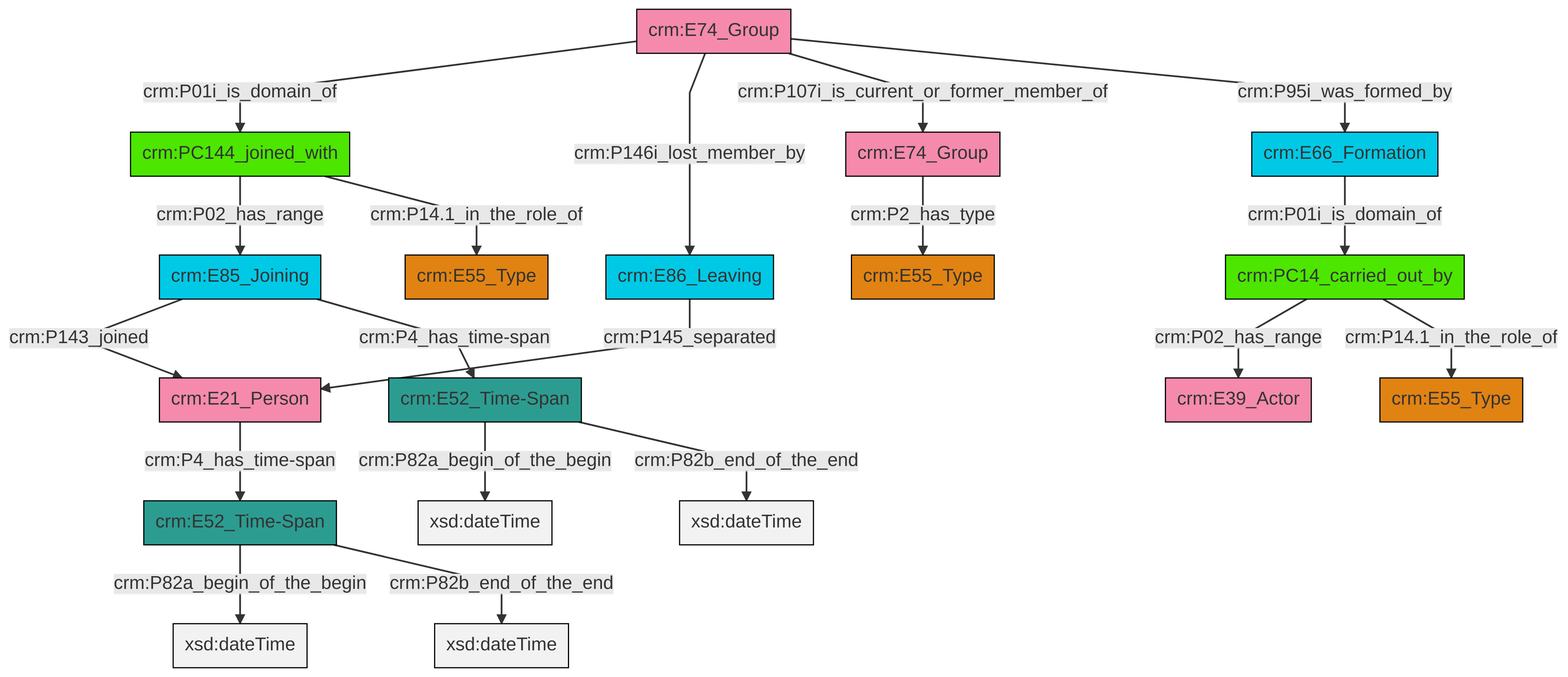
The Mermaid diagram et/groupCSV/ttl/mmd/png/group_actor_relations.png in swiss-art-research-net/docs.swissartresearch, before a commit. Its source is kept beside it as et/groupCSV/ttl/mmd/group_actor_relations.ttl.mmd.
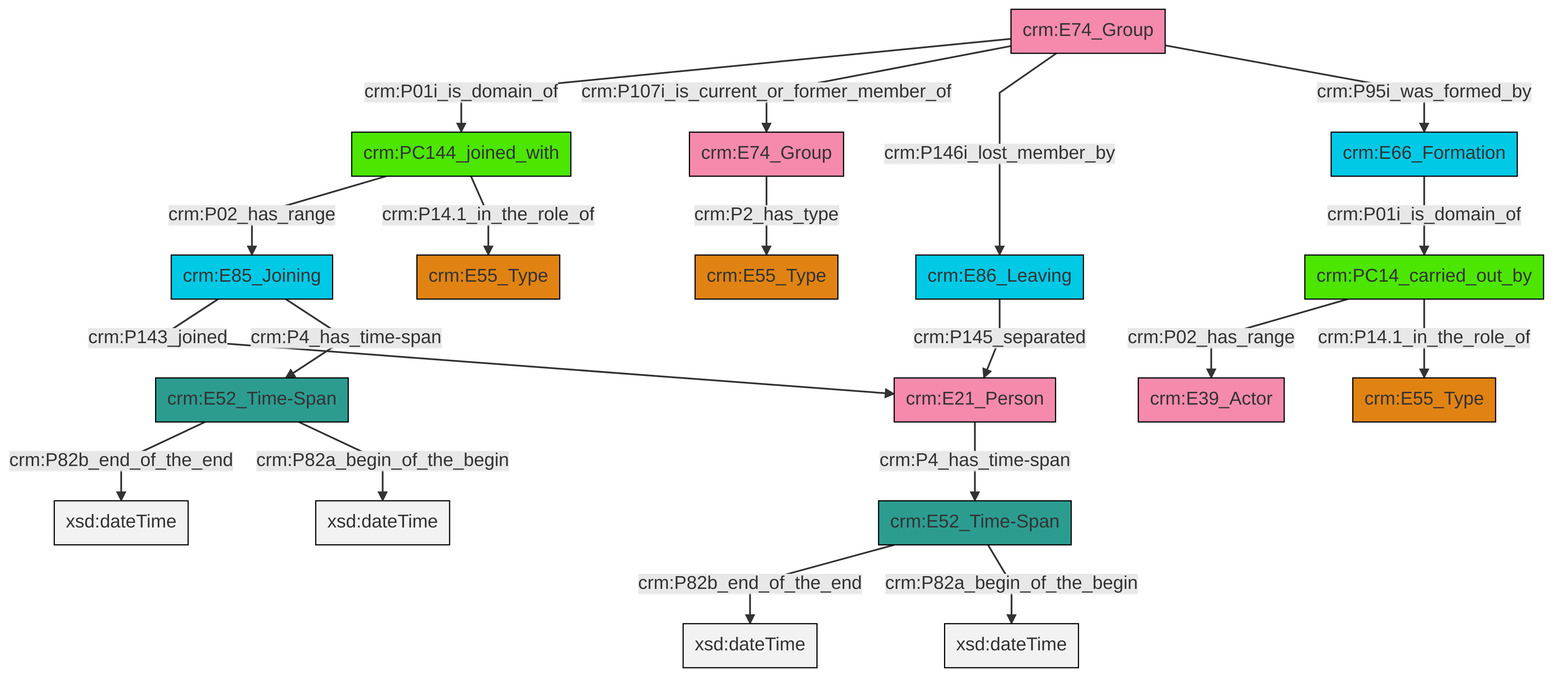
The same file after the commit.

The edit, as a diff of the source:
```diff
@@ -13,21 +13,21 @@
 classDef PC_Classes fill:#4ce600, stroke:#000000;
 classDef Multi fill:#cccccc,stroke:#000000;
 
-2["crm:E85_Joining"]:::Temporal_Entity -->|crm:P143_joined| 3["crm:E21_Person"]:::Actor
-6["crm:PC14_carried_out_by"]:::PC_Classes -->|crm:P02_has_range| 7["crm:E39_Actor"]:::Actor
-2["crm:E85_Joining"]:::Temporal_Entity -->|crm:P4_has_time-span| 8["crm:E52_Time-Span"]:::Time-Span
-13["crm:E74_Group"]:::Actor -->|crm:P01i_is_domain_of| 14["crm:PC144_joined_with"]:::PC_Classes
-6["crm:PC14_carried_out_by"]:::PC_Classes -->|crm:P14.1_in_the_role_of| 11["crm:E55_Type"]:::Type
-9["crm:E86_Leaving"]:::Temporal_Entity -->|crm:P145_separated| 3["crm:E21_Person"]:::Actor
-13["crm:E74_Group"]:::Actor -->|crm:P146i_lost_member_by| 9["crm:E86_Leaving"]:::Temporal_Entity
-22["crm:E52_Time-Span"]:::Time-Span -->|crm:P82a_begin_of_the_begin| 23[xsd:dateTime]:::Literal
-3["crm:E21_Person"]:::Actor -->|crm:P4_has_time-span| 22["crm:E52_Time-Span"]:::Time-Span
-22["crm:E52_Time-Span"]:::Time-Span -->|crm:P82b_end_of_the_end| 24[xsd:dateTime]:::Literal
-8["crm:E52_Time-Span"]:::Time-Span -->|crm:P82a_begin_of_the_begin| 25[xsd:dateTime]:::Literal
-14["crm:PC144_joined_with"]:::PC_Classes -->|crm:P02_has_range| 2["crm:E85_Joining"]:::Temporal_Entity
-27["crm:E74_Group"]:::Actor -->|crm:P2_has_type| 17["crm:E55_Type"]:::Type
-13["crm:E74_Group"]:::Actor -->|crm:P107i_is_current_or_former_member_of| 27["crm:E74_Group"]:::Actor
-8["crm:E52_Time-Span"]:::Time-Span -->|crm:P82b_end_of_the_end| 30[xsd:dateTime]:::Literal
-13["crm:E74_Group"]:::Actor -->|crm:P95i_was_formed_by| 0["crm:E66_Formation"]:::Temporal_Entity
-0["crm:E66_Formation"]:::Temporal_Entity -->|crm:P01i_is_domain_of| 6["crm:PC14_carried_out_by"]:::PC_Classes
-14["crm:PC144_joined_with"]:::PC_Classes -->|crm:P14.1_in_the_role_of| 4["crm:E55_Type"]:::Type
+0["crm:E52_Time-Span"]:::Time-Span -->|crm:P82b_end_of_the_end| 1[xsd:dateTime]:::Literal
+4["crm:E21_Person"]:::Actor -->|crm:P4_has_time-span| 5["crm:E52_Time-Span"]:::Time-Span
+8["crm:E66_Formation"]:::Temporal_Entity -->|crm:P01i_is_domain_of| 9["crm:PC14_carried_out_by"]:::PC_Classes
+15["crm:E74_Group"]:::Actor -->|crm:P01i_is_domain_of| 17["crm:PC144_joined_with"]:::PC_Classes
+18["crm:E86_Leaving"]:::Temporal_Entity -->|crm:P145_separated| 4["crm:E21_Person"]:::Actor
+15["crm:E74_Group"]:::Actor -->|crm:P107i_is_current_or_former_member_of| 19["crm:E74_Group"]:::Actor
+15["crm:E74_Group"]:::Actor -->|crm:P146i_lost_member_by| 18["crm:E86_Leaving"]:::Temporal_Entity
+5["crm:E52_Time-Span"]:::Time-Span -->|crm:P82b_end_of_the_end| 23[xsd:dateTime]:::Literal
+9["crm:PC14_carried_out_by"]:::PC_Classes -->|crm:P02_has_range| 12["crm:E39_Actor"]:::Actor
+5["crm:E52_Time-Span"]:::Time-Span -->|crm:P82a_begin_of_the_begin| 25[xsd:dateTime]:::Literal
+26["crm:E85_Joining"]:::Temporal_Entity -->|crm:P143_joined| 4["crm:E21_Person"]:::Actor
+17["crm:PC144_joined_with"]:::PC_Classes -->|crm:P02_has_range| 26["crm:E85_Joining"]:::Temporal_Entity
+9["crm:PC14_carried_out_by"]:::PC_Classes -->|crm:P14.1_in_the_role_of| 21["crm:E55_Type"]:::Type
+26["crm:E85_Joining"]:::Temporal_Entity -->|crm:P4_has_time-span| 0["crm:E52_Time-Span"]:::Time-Span
+0["crm:E52_Time-Span"]:::Time-Span -->|crm:P82a_begin_of_the_begin| 32[xsd:dateTime]:::Literal
+17["crm:PC144_joined_with"]:::PC_Classes -->|crm:P14.1_in_the_role_of| 6["crm:E55_Type"]:::Type
+15["crm:E74_Group"]:::Actor -->|crm:P95i_was_formed_by| 8["crm:E66_Formation"]:::Temporal_Entity
+19["crm:E74_Group"]:::Actor -->|crm:P2_has_type| 2["crm:E55_Type"]:::Type
```
